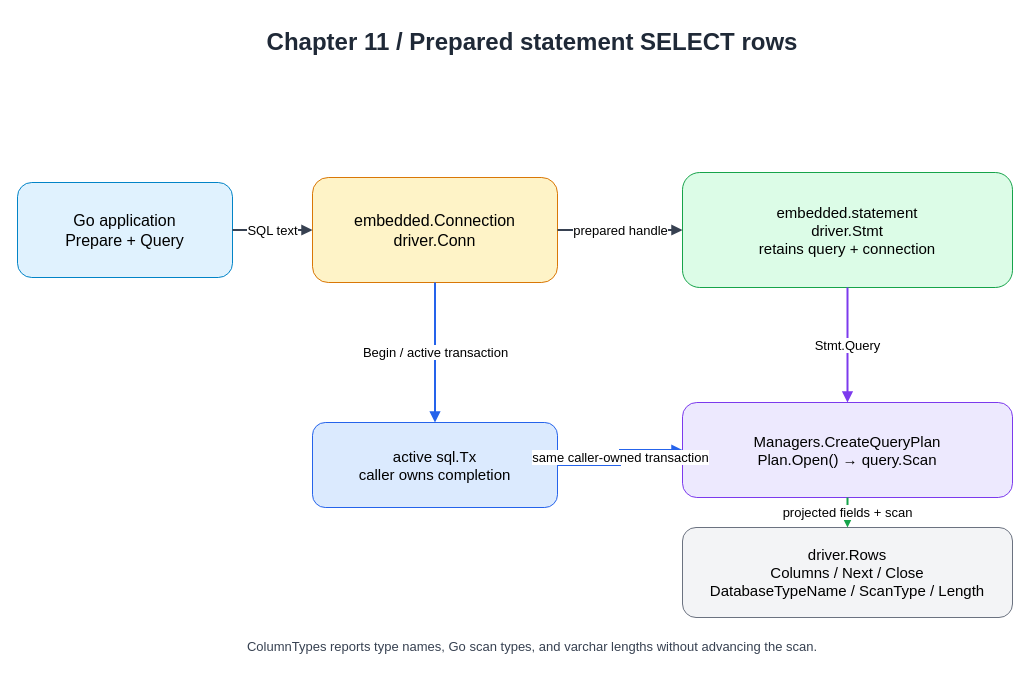
Rwatana/simledb_in_go keeps this draw.io diagram as docs/diagrams/ch11-embedded-statement.drawio. Above is the earlier version. Source tidied: cells renumbered, new cells numbered last; positions are measured from the earlier drawing's top-left corner, leaving out a move shared by most shapes. Both pictures are drawn from the tidied source at 100%, with x=0, y=0 at pixel (17, 17).
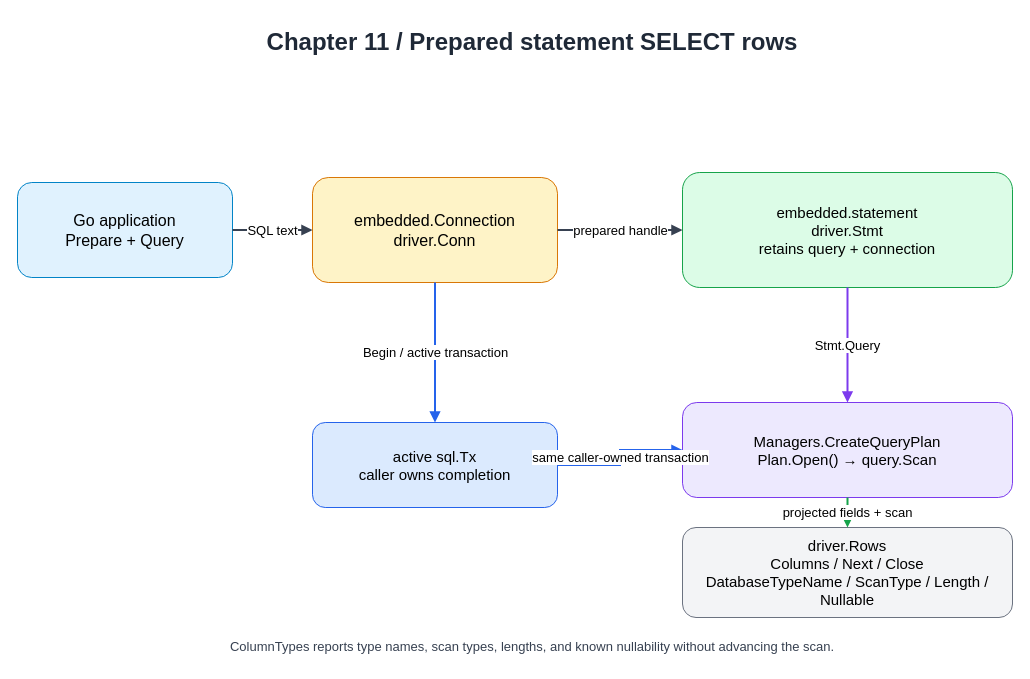
After the change.

Commit message (it also covers changes not shown here):
feat: report embedded select column nullability (#1157)

What changed in the source:
```diff
@@
 <mxGraphModel>
   <root>
     <mxCell id="0" />
     <mxCell id="1" parent="0" />
     <mxCell id="2" value="Chapter 11 / Prepared statement SELECT rows" style="text;html=1;align=center;verticalAlign=middle;whiteSpace=wrap;rounded=0;fontSize=24;fontStyle=1;fontColor=#1f2937;" parent="1" vertex="1">
       <mxGeometry x="45" width="940" height="50" as="geometry" />
     </mxCell>
     <mxCell id="3" value="Go application&#10;Prepare + Query" style="rounded=1;whiteSpace=wrap;html=1;fillColor=#e0f2fe;strokeColor=#0284c7;fontSize=16;" parent="1" vertex="1">
       <mxGeometry y="165" width="215" height="95" as="geometry" />
     </mxCell>
     <mxCell id="4" value="embedded.Connection&#10;driver.Conn" style="rounded=1;whiteSpace=wrap;html=1;fillColor=#fef3c7;strokeColor=#d97706;fontSize=16;" parent="1" vertex="1">
       <mxGeometry x="295" y="160" width="245" height="105" as="geometry" />
     </mxCell>
     <mxCell id="5" value="embedded.statement&#10;driver.Stmt&#10;retains query + connection" style="rounded=1;whiteSpace=wrap;html=1;fillColor=#dcfce7;strokeColor=#16a34a;fontSize=15;" parent="1" vertex="1">
       <mxGeometry x="665" y="155" width="330" height="115" as="geometry" />
     </mxCell>
     <mxCell id="6" value="active sql.Tx&#10;caller owns completion" style="rounded=1;whiteSpace=wrap;html=1;fillColor=#dbeafe;strokeColor=#2563eb;fontSize=15;" parent="1" vertex="1">
       <mxGeometry x="295" y="405" width="245" height="85" as="geometry" />
     </mxCell>
     <mxCell id="7" value="Managers.CreateQueryPlan&#10;Plan.Open() → query.Scan" style="rounded=1;whiteSpace=wrap;html=1;fillColor=#ede9fe;strokeColor=#7c3aed;fontSize=15;" parent="1" vertex="1">
       <mxGeometry x="665" y="385" width="330" height="95" as="geometry" />
     </mxCell>
-    <mxCell id="8" value="driver.Rows&#10;Columns / Next / Close&#10;DatabaseTypeName / ScanType / Length" style="rounded=1;whiteSpace=wrap;html=1;fillColor=#f3f4f6;strokeColor=#6b7280;fontSize=15;" parent="1" vertex="1">
+    <mxCell id="8" value="driver.Rows&#10;Columns / Next / Close&#10;DatabaseTypeName / ScanType / Length / Nullable" style="rounded=1;whiteSpace=wrap;html=1;fillColor=#f3f4f6;strokeColor=#6b7280;fontSize=15;" parent="1" vertex="1">
       <mxGeometry x="665" y="510" width="330" height="90" as="geometry" />
     </mxCell>
-    <mxCell id="9" value="ColumnTypes reports type names, Go scan types, and varchar lengths without advancing the scan." style="text;html=1;align=center;whiteSpace=wrap;fontSize=13;fontColor=#374151;" parent="1" vertex="1">
+    <mxCell id="9" value="ColumnTypes reports type names, scan types, lengths, and known nullability without advancing the scan." style="text;html=1;align=center;whiteSpace=wrap;fontSize=13;fontColor=#374151;" parent="1" vertex="1">
       <mxGeometry x="45" y="615" width="940" height="30" as="geometry" />
     </mxCell>
     <mxCell id="10" value="SQL text" style="edgeStyle=orthogonalEdgeStyle;rounded=0;jettySize=auto;html=1;endArrow=block;endFill=1;strokeColor=#374151;strokeWidth=2;fontSize=13;" parent="1" edge="1" source="3" target="4">
       <mxGeometry relative="1" as="geometry" />
     </mxCell>
     <mxCell id="11" value="prepared handle" style="edgeStyle=orthogonalEdgeStyle;rounded=0;jettySize=auto;html=1;endArrow=block;endFill=1;strokeColor=#374151;strokeWidth=2;fontSize=13;" parent="1" edge="1" source="4" target="5">
       <mxGeometry relative="1" as="geometry" />
     </mxCell>
     <mxCell id="12" value="Begin / active transaction" style="edgeStyle=orthogonalEdgeStyle;rounded=0;jettySize=auto;html=1;endArrow=block;endFill=1;strokeColor=#2563eb;strokeWidth=2;fontSize=13;" parent="1" edge="1" source="4" target="6">
       <mxGeometry relative="1" as="geometry" />
     </mxCell>
     <mxCell id="13" value="Stmt.Query" style="edgeStyle=orthogonalEdgeStyle;rounded=0;jettySize=auto;html=1;endArrow=block;endFill=1;strokeColor=#7c3aed;strokeWidth=2;fontSize=13;" parent="1" edge="1" source="5" target="7">
       <mxGeometry relative="1" as="geometry" />
     </mxCell>
     <mxCell id="14" value="same caller-owned transaction" style="edgeStyle=orthogonalEdgeStyle;rounded=0;jettySize=auto;html=1;endArrow=block;endFill=1;strokeColor=#2563eb;strokeWidth=2;fontSize=13;" parent="1" edge="1" source="6" target="7">
       <mxGeometry relative="1" as="geometry" />
     </mxCell>
     <mxCell id="15" value="projected fields + scan" style="edgeStyle=orthogonalEdgeStyle;rounded=0;jettySize=auto;html=1;endArrow=block;endFill=1;strokeColor=#16a34a;strokeWidth=2;fontSize=13;" parent="1" edge="1" source="7" target="8">
       <mxGeometry relative="1" as="geometry" />
     </mxCell>
   </root>
 </mxGraphModel>
```
